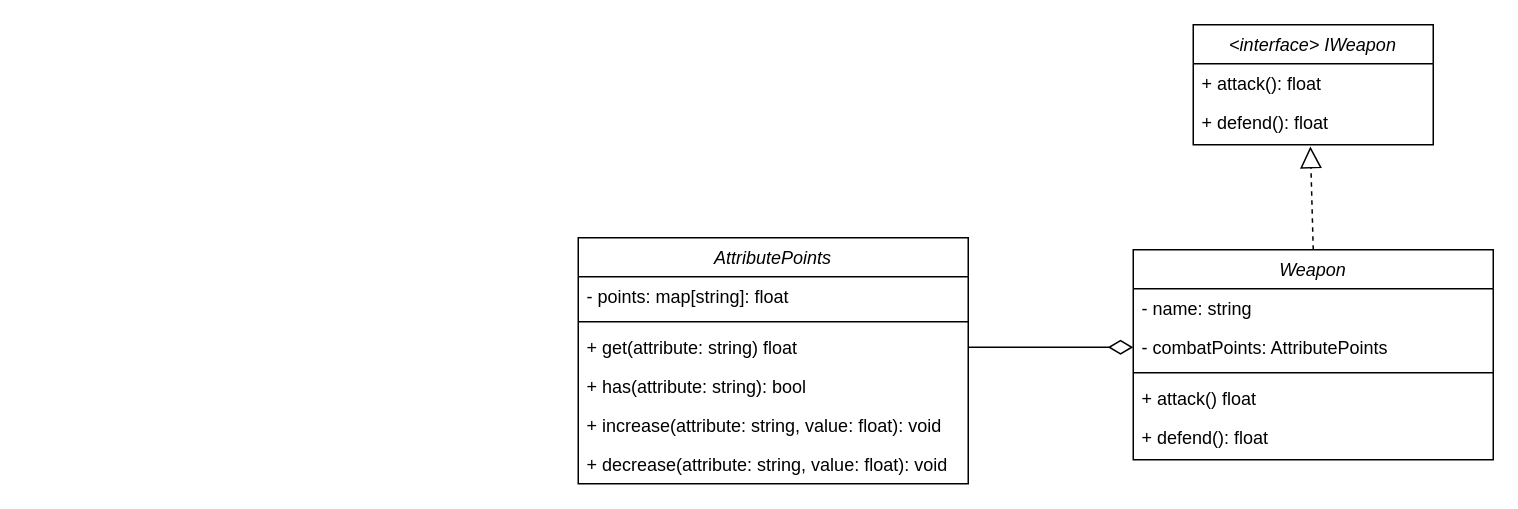
This is docs/classes-diagram.drawio from spanishGab/unind-game, a draw.io file, before an edit. Source tidied: cells renumbered, new cells numbered last; positions are measured from the earlier drawing's top-left corner, leaving out a move shared by most shapes. Both pictures are drawn from the tidied source at 150%, with x=0, y=0 at pixel (578, 24).
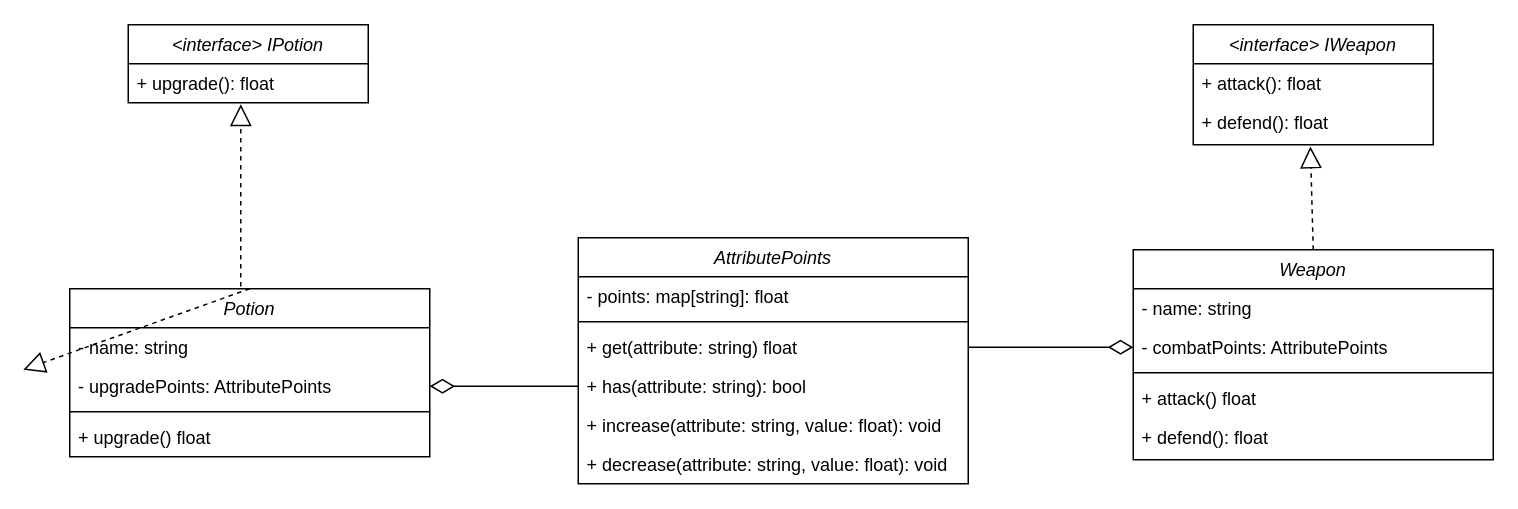
The same diagram, later.

Commit message:
adding potion class

The change refers to these unchanged cells:
```xml
<mxCell id="9" value="+ has(attribute: string): bool" style="text;align=left;verticalAlign=top;spacingLeft=4;spacingRight=4;overflow=hidden;points=[[0,0.5],[1,0.5]];portConstraint=eastwest;" parent="5" vertex="1">
  <mxGeometry y="86" width="260" height="26" as="geometry" />
</mxCell>
```

The edit, as a diff of the source:
```diff
@@
+    <mxCell id="20" value="&lt;interface&gt; IPotion" style="swimlane;fontStyle=2;align=center;verticalAlign=top;horizontal=1;startSize=26;rounded=0;shadow=0;strokeWidth=1;" parent="1" vertex="1">
+      <mxGeometry x="-300" width="160" height="52" as="geometry" />
+    </mxCell>
+    <mxCell id="21" value="+ upgrade(): float" style="text;align=left;verticalAlign=top;spacingLeft=4;spacingRight=4;overflow=hidden;points=[[0,0.5],[1,0.5]];portConstraint=eastwest;" parent="20" vertex="1">
+      <mxGeometry y="26" width="160" height="26" as="geometry" />
+    </mxCell>
+    <mxCell id="22" value="Potion" style="swimlane;fontStyle=2;align=center;verticalAlign=top;horizontal=1;startSize=26;rounded=0;shadow=0;strokeWidth=1;" parent="1" vertex="1">
+      <mxGeometry x="-339" y="176" width="240" height="112" as="geometry" />
+    </mxCell>
+    <mxCell id="23" value="- name: string" style="text;align=left;verticalAlign=top;spacingLeft=4;spacingRight=4;overflow=hidden;" parent="22" vertex="1">
+      <mxGeometry y="26" width="240" height="26" as="geometry" />
+    </mxCell>
+    <mxCell id="24" value="- upgradePoints: AttributePoints" style="text;align=left;verticalAlign=top;spacingLeft=4;spacingRight=4;overflow=hidden;points=[[0,0.5],[1,0.5]];portConstraint=eastwest;" parent="22" vertex="1">
+      <mxGeometry y="52" width="240" height="26" as="geometry" />
+    </mxCell>
+    <mxCell id="25" style="line;html=1;strokeWidth=1;align=left;verticalAlign=middle;spacingTop=-1;spacingLeft=3;spacingRight=3;labelPosition=right;" parent="22" vertex="1">
+      <mxGeometry y="78" width="240" height="8" as="geometry" />
+    </mxCell>
+    <mxCell id="26" value="+ upgrade() float" style="text;align=left;verticalAlign=top;spacingLeft=4;spacingRight=4;overflow=hidden;" parent="22" vertex="1">
+      <mxGeometry y="86" width="240" height="26" as="geometry" />
+    </mxCell>
+    <mxCell id="27" style="endArrow=block;dashed=1;endFill=0;endSize=12;html=1;rounded=0;entryX=0.488;entryY=1.122;entryDx=0;entryDy=0;entryPerimeter=0;exitX=0.5;exitY=0;exitDx=0;exitDy=0;" parent="1" edge="1" source="22">
+      <mxGeometry relative="1" as="geometry">
+        <mxPoint x="-370" y="230" as="targetPoint" />
+      </mxGeometry>
+    </mxCell>
+    <mxCell id="28" style="endArrow=block;dashed=1;endFill=0;endSize=12;html=1;rounded=0;entryX=0.469;entryY=1.038;entryDx=0;entryDy=0;entryPerimeter=0;exitX=0.475;exitY=-0.014;exitDx=0;exitDy=0;exitPerimeter=0;" parent="1" edge="1" source="22" target="21">
+      <mxGeometry relative="1" as="geometry" />
+    </mxCell>
+    <mxCell id="29" style="endArrow=none;html=1;endSize=12;startArrow=diamondThin;startSize=14;startFill=0;edgeStyle=orthogonalEdgeStyle;rounded=0;entryX=0;entryY=0.5;entryDx=0;entryDy=0;exitX=1;exitY=0.5;exitDx=0;exitDy=0;endFill=0;" parent="1" edge="1" source="24" target="9">
+      <mxGeometry relative="1" as="geometry" />
+    </mxCell>
```
